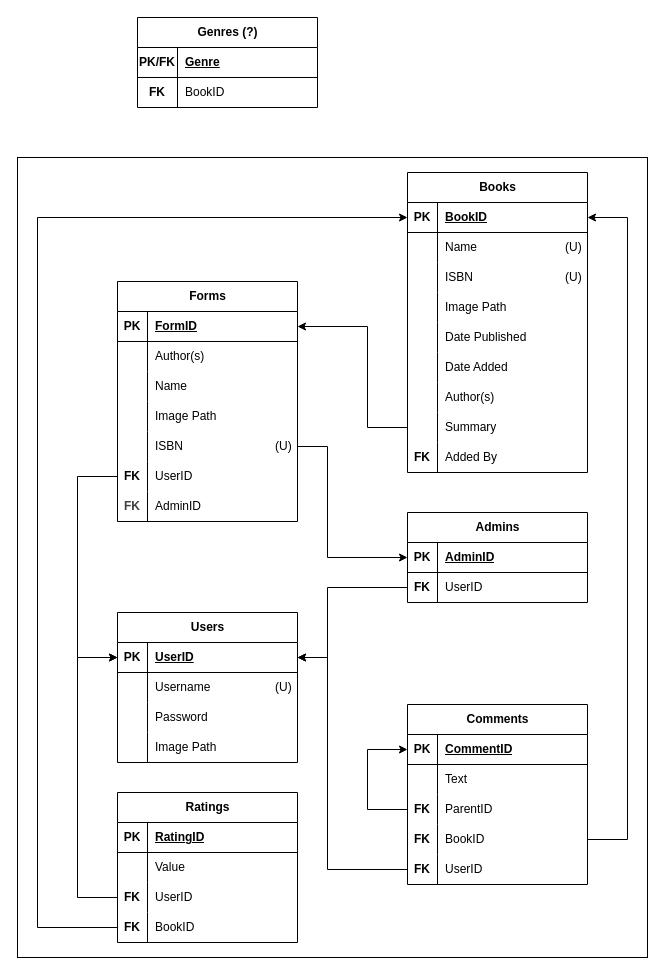
Above: BDB RM.drawio in theinsurgentarchive/BDB (draw.io), before the change. Source tidied: cells renumbered, new cells numbered last; positions are measured from the earlier drawing's top-left corner, leaving out a move shared by most shapes. Both pictures are drawn from the tidied source at 100%, with x=0, y=0 at pixel (17, 17).
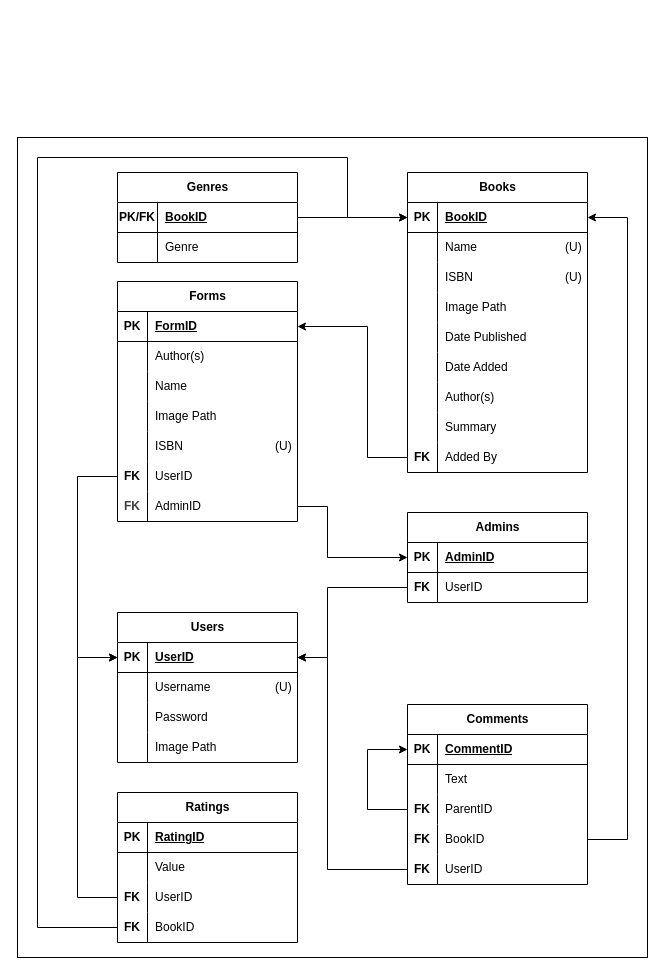
The same diagram, later.

Commit message:
Updated BDB RM.drawio to connect genres table

Unchanged cells that the change refers to:
```xml
<mxCell id="19" style="shape=tableRow;horizontal=0;startSize=0;swimlaneHead=0;swimlaneBody=0;fillColor=none;points=[[0,0.5],[1,0.5]];portConstraint=eastwest;top=0;left=0;right=0;bottom=1;" parent="18" vertex="1">
  <mxGeometry y="30" width="180" height="30" as="geometry" />
</mxCell>
<mxCell id="26" style="shape=tableRow;horizontal=0;startSize=0;swimlaneHead=0;swimlaneBody=0;fillColor=none;points=[[0,0.5],[1,0.5]];portConstraint=eastwest;top=0;left=0;right=0;bottom=1;" parent="25" vertex="1">
  <mxGeometry y="30" width="180" height="30" as="geometry" />
</mxCell>
<mxCell id="38" style="shape=tableRow;horizontal=0;startSize=0;swimlaneHead=0;swimlaneBody=0;fillColor=none;points=[[0,0.5],[1,0.5]];portConstraint=eastwest;top=0;left=0;right=0;bottom=0;" parent="25" vertex="1">
  <mxGeometry y="150" width="180" height="30" as="geometry" />
</mxCell>
<mxCell id="44" style="shape=tableRow;horizontal=0;startSize=0;swimlaneHead=0;swimlaneBody=0;fillColor=none;points=[[0,0.5],[1,0.5]];portConstraint=eastwest;top=0;left=0;right=0;bottom=0;" parent="25" vertex="1">
  <mxGeometry y="210" width="180" height="30" as="geometry" />
</mxCell>
<mxCell id="58" style="shape=tableRow;horizontal=0;startSize=0;swimlaneHead=0;swimlaneBody=0;fillColor=none;points=[[0,0.5],[1,0.5]];portConstraint=eastwest;top=0;left=0;right=0;bottom=0;" parent="48" vertex="1">
  <mxGeometry y="120" width="180" height="30" as="geometry" />
</mxCell>
<mxCell id="81" style="shape=tableRow;horizontal=0;startSize=0;swimlaneHead=0;swimlaneBody=0;fillColor=none;points=[[0,0.5],[1,0.5]];portConstraint=eastwest;top=0;left=0;right=0;bottom=1;" parent="80" vertex="1">
  <mxGeometry y="30" width="180" height="30" as="geometry" />
</mxCell>
<mxCell id="102" style="shape=tableRow;horizontal=0;startSize=0;swimlaneHead=0;swimlaneBody=0;fillColor=none;points=[[0,0.5],[1,0.5]];portConstraint=eastwest;top=0;left=0;right=0;bottom=0;" parent="80" vertex="1">
  <mxGeometry y="240" width="180" height="30" as="geometry" />
</mxCell>
<mxCell id="105" style="shape=tableRow;horizontal=0;startSize=0;swimlaneHead=0;swimlaneBody=0;fillColor=none;points=[[0,0.5],[1,0.5]];portConstraint=eastwest;top=0;left=0;right=0;bottom=0;" parent="80" vertex="1">
  <mxGeometry y="270" width="180" height="30" as="geometry" />
</mxCell>
<mxCell id="112" style="shape=tableRow;horizontal=0;startSize=0;swimlaneHead=0;swimlaneBody=0;fillColor=none;points=[[0,0.5],[1,0.5]];portConstraint=eastwest;top=0;left=0;right=0;bottom=1;" parent="111" vertex="1">
  <mxGeometry y="30" width="180" height="30" as="geometry" />
</mxCell>
<mxCell id="115" style="shape=tableRow;horizontal=0;startSize=0;swimlaneHead=0;swimlaneBody=0;fillColor=none;top=0;left=0;right=0;bottom=0;" parent="111" vertex="1">
  <mxGeometry y="60" width="180" height="30" as="geometry" />
</mxCell>
```

Diff of the diagram source:
```diff
@@
     <mxCell id="2" style="rounded=0;whiteSpace=wrap;html=1;" parent="1" vertex="1">
-      <mxGeometry y="140" width="630" height="800" as="geometry" />
+      <mxGeometry y="120" width="630" height="820" as="geometry" />
     </mxCell>
@@
-    <mxCell id="77" style="edgeStyle=none;html=1;entryX=0;entryY=0.5;entryDx=0;entryDy=0;exitX=1;exitY=0.5;exitDx=0;exitDy=0;rounded=0;curved=0;" parent="1" edge="1" source="38" target="19">
+    <mxCell id="77" style="edgeStyle=none;html=1;entryX=0;entryY=0.5;entryDx=0;entryDy=0;exitX=1;exitY=0.5;exitDx=0;exitDy=0;rounded=0;curved=0;" parent="1" edge="1" source="44" target="19">
       <mxGeometry relative="1" as="geometry">
         <Array as="points">
-          <mxPoint x="310" y="429" />
+          <mxPoint x="310" y="489" />
           <mxPoint x="310" y="540" />
         </Array>
       </mxGeometry>
     </mxCell>
@@
     <mxCell id="108" style="edgeStyle=none;html=1;entryX=0;entryY=0.5;entryDx=0;entryDy=0;exitX=0;exitY=0.5;exitDx=0;exitDy=0;rounded=0;curved=0;" parent="1" edge="1" source="58" target="81">
       <mxGeometry relative="1" as="geometry">
         <Array as="points">
           <mxPoint x="20" y="910" />
-          <mxPoint x="20" y="200" />
+          <mxPoint x="20" y="140" />
+          <mxPoint x="330" y="140" />
+          <mxPoint x="330" y="200" />
         </Array>
       </mxGeometry>
     </mxCell>
@@
-    <mxCell id="110" style="edgeStyle=none;html=1;entryX=1;entryY=0.5;entryDx=0;entryDy=0;exitX=0;exitY=0.5;exitDx=0;exitDy=0;rounded=0;curved=0;" parent="1" edge="1" source="102" target="26">
+    <mxCell id="110" style="edgeStyle=none;html=1;entryX=1;entryY=0.5;entryDx=0;entryDy=0;exitX=0;exitY=0.5;exitDx=0;exitDy=0;rounded=0;curved=0;" parent="1" edge="1" source="105" target="26">
       <mxGeometry relative="1" as="geometry">
         <Array as="points">
-          <mxPoint x="350" y="410" />
+          <mxPoint x="350" y="440" />
           <mxPoint x="350" y="309" />
         </Array>
       </mxGeometry>
     </mxCell>
+    <mxCell id="118" style="edgeStyle=none;html=1;exitX=1;exitY=0.5;exitDx=0;exitDy=0;rounded=0;curved=0;" parent="1" edge="1" source="112">
+      <mxGeometry relative="1" as="geometry">
+        <mxPoint x="390" y="200" as="targetPoint" />
+        <Array as="points">
+          <mxPoint x="330" y="200" />
+        </Array>
+      </mxGeometry>
+    </mxCell>
-    <mxCell id="111" value="Genres (?)" style="shape=table;startSize=30;childLayout=tableLayout;rowLines=0;fontStyle=1;align=center;html=1;" parent="1" vertex="1">
-      <mxGeometry x="120" width="180" height="90" as="geometry" />
+    <mxCell id="111" value="Genres" style="shape=table;startSize=30;childLayout=tableLayout;rowLines=0;fontStyle=1;align=center;html=1;" parent="1" vertex="1">
+      <mxGeometry x="100" y="155" width="180" height="90" as="geometry" />
     </mxCell>
@@
-    <mxCell id="114" value="Genre" style="shape=partialRectangle;fillColor=none;top=0;left=0;bottom=0;right=0;align=left;spacingLeft=6;fontStyle=5;overflow=hidden;whiteSpace=wrap;html=1;" parent="112" vertex="1">
+    <mxCell id="114" value="BookID" style="shape=partialRectangle;fillColor=none;top=0;left=0;bottom=0;right=0;align=left;spacingLeft=6;fontStyle=5;overflow=hidden;whiteSpace=wrap;html=1;" parent="112" vertex="1">
       <mxGeometry x="40" width="140" height="30" as="geometry" />
     </mxCell>
@@
-    <mxCell id="116" value="FK" style="shape=partialRectangle;fillColor=none;top=0;left=0;bottom=0;right=0;overflow=hidden;whiteSpace=wrap;html=1;fontStyle=1;" parent="115" vertex="1">
+    <mxCell id="116" style="shape=partialRectangle;fillColor=none;top=0;left=0;bottom=0;right=0;overflow=hidden;whiteSpace=wrap;html=1;fontStyle=1;" parent="115" vertex="1">
       <mxGeometry width="40" height="30" as="geometry" />
     </mxCell>
-    <mxCell id="117" value="BookID" style="shape=partialRectangle;fillColor=none;top=0;left=0;bottom=0;right=0;align=left;spacingLeft=6;overflow=hidden;whiteSpace=wrap;html=1;" parent="115" vertex="1">
+    <mxCell id="117" value="Genre" style="shape=partialRectangle;fillColor=none;top=0;left=0;bottom=0;right=0;align=left;spacingLeft=6;overflow=hidden;whiteSpace=wrap;html=1;" parent="115" vertex="1">
       <mxGeometry x="40" width="140" height="30" as="geometry" />
     </mxCell>
```
